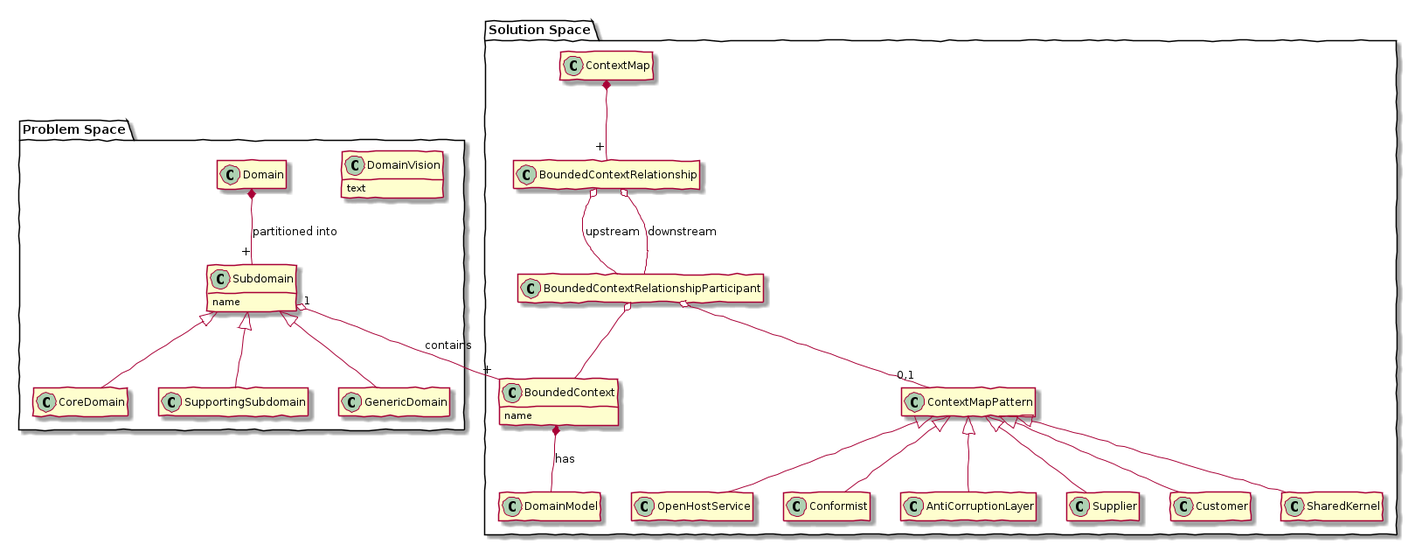
Earlier version of the PlantUML export DDD.png (cer/meta-ddd).
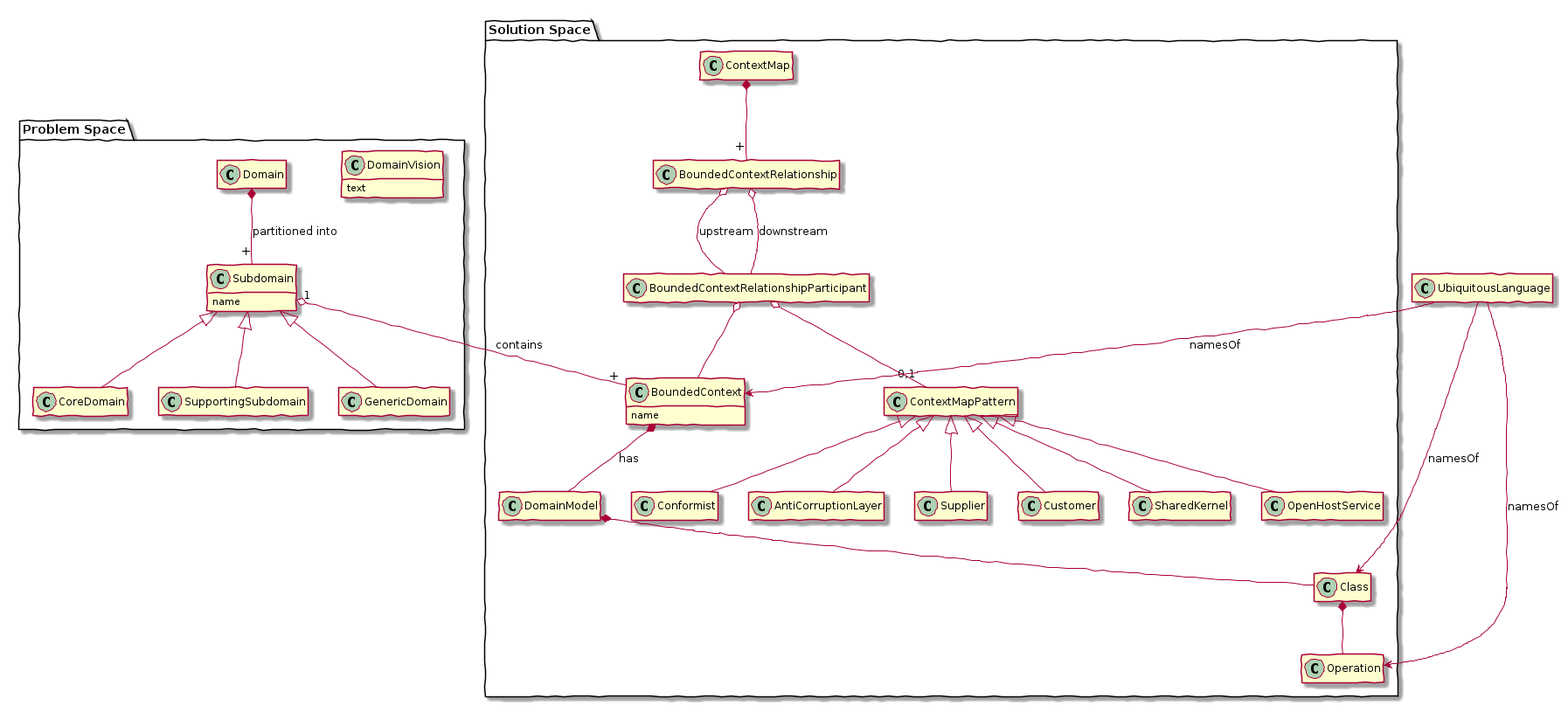
Above is the later version.

Commit message:
Added Ubiquitous language

Change to the diagram source:
```diff
@@ -26,15 +26,19 @@
 Subdomain <|-- SupportingSubdomain
 Subdomain <|-- GenericDomain
 
+class UbiquitousLanguage
+
+
 package "Solution Space" {
 
   class BoundedContext {
     name
   }
 
-  class DomainModel {
+  class DomainModel
 
-  }
+  class Class
+  class Operation
 
   class BoundedContextRelationship
   class BoundedContextRelationshipParticipant
@@ -54,6 +58,9 @@
 Subdomain "1" o-- "+" BoundedContext : contains
 BoundedContext *-- DomainModel : has
 
+DomainModel *-- Class
+Class *-- Operation
+
 ContextMap *-- "+" BoundedContextRelationship
 
 BoundedContextRelationship o-- BoundedContextRelationshipParticipant : upstream
@@ -69,5 +76,8 @@
 ContextMapPattern <|-- Customer
 ContextMapPattern <|-- SharedKernel
 
+UbiquitousLanguage --> BoundedContext : namesOf
+UbiquitousLanguage --> Class : namesOf
+UbiquitousLanguage --> Operation : namesOf
 
 @enduml
```
